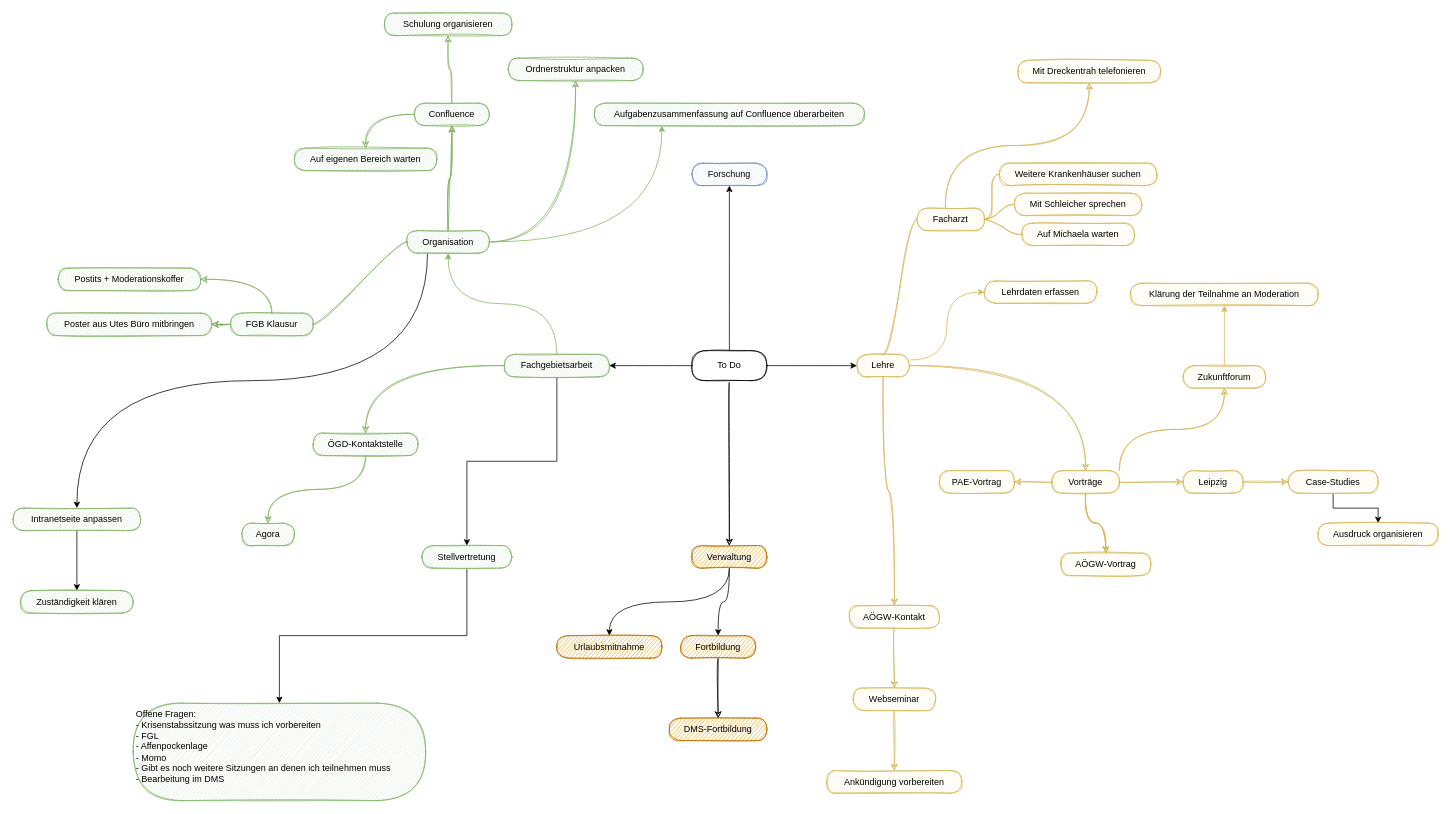
Above: drawio/todo.drawio in jakobschumacher/graphs (draw.io), before the change. Source tidied: cells renumbered, new cells numbered last; positions are measured from the earlier drawing's top-left corner, leaving out a move shared by most shapes. Both pictures are drawn from the tidied source at 75%, with x=0, y=0 at pixel (13, 13).
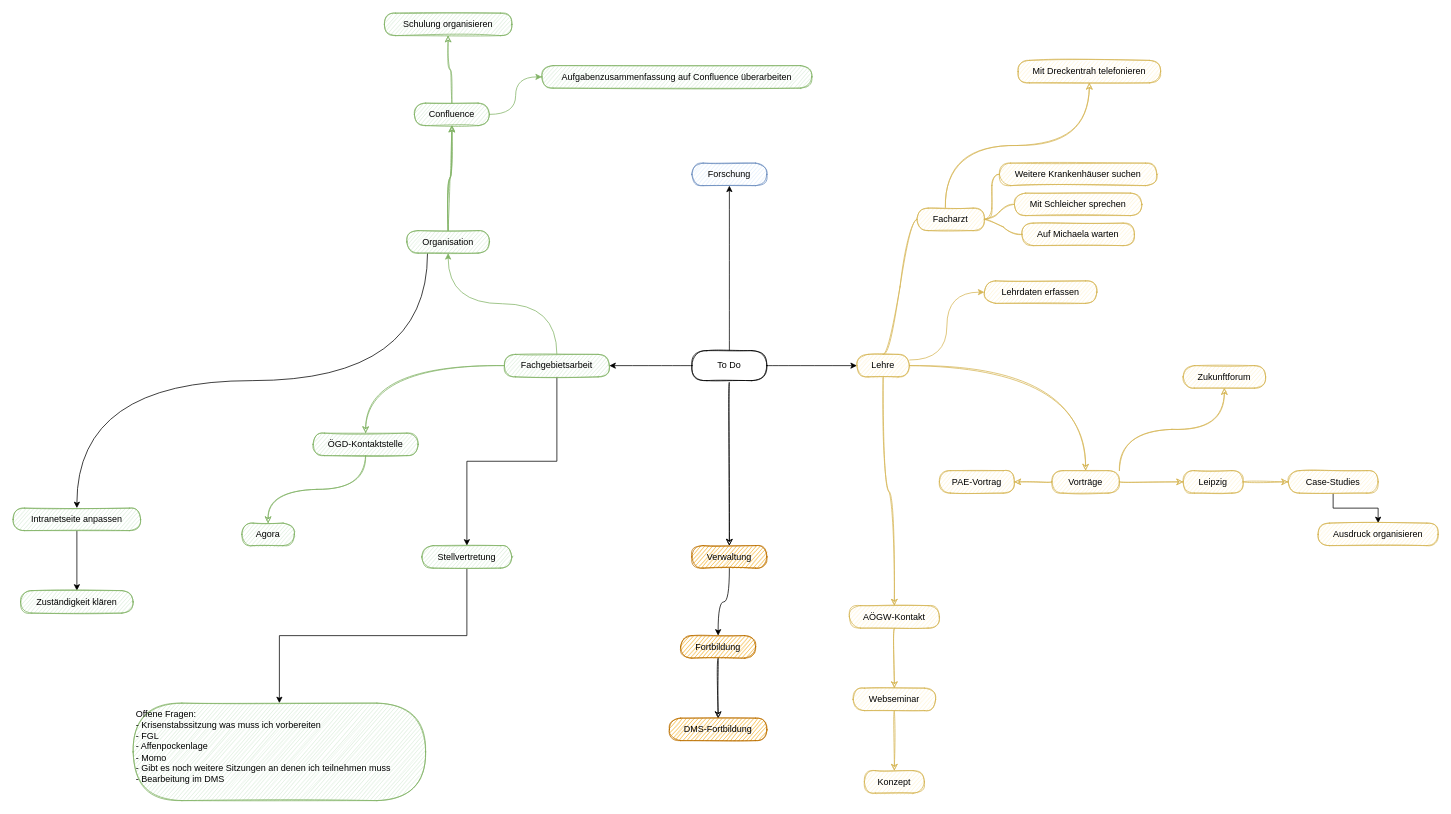
The same page after the edit.

The change refers to these unchanged cells:
```xml
<mxCell id="16" value="Organisation" style="whiteSpace=wrap;html=1;rounded=1;arcSize=50;align=center;verticalAlign=middle;strokeWidth=1;spacing=4;newEdgeStyle={&quot;edgeStyle&quot;:&quot;entityRelationEdgeStyle&quot;,&quot;startArrow&quot;:&quot;none&quot;,&quot;endArrow&quot;:&quot;none&quot;,&quot;segment&quot;:10,&quot;curved&quot;:1};sketch=1;fillColor=#d5e8d4;strokeColor=#82b366;" parent="1" vertex="1">
  <mxGeometry x="525" y="290" width="110" height="30" as="geometry" />
</mxCell>
<mxCell id="33" value="Confluence" style="whiteSpace=wrap;html=1;rounded=1;arcSize=50;align=center;verticalAlign=middle;strokeWidth=1;spacing=4;newEdgeStyle={&quot;edgeStyle&quot;:&quot;entityRelationEdgeStyle&quot;,&quot;startArrow&quot;:&quot;none&quot;,&quot;endArrow&quot;:&quot;none&quot;,&quot;segment&quot;:10,&quot;curved&quot;:1};sketch=1;fillColor=#d5e8d4;strokeColor=#82b366;" parent="1" vertex="1">
  <mxGeometry x="535" y="120" width="100" height="30" as="geometry" />
</mxCell>
<mxCell id="42" value="Vorträge" style="whiteSpace=wrap;html=1;rounded=1;arcSize=50;align=center;verticalAlign=middle;strokeWidth=1;spacing=4;newEdgeStyle={&quot;edgeStyle&quot;:&quot;entityRelationEdgeStyle&quot;,&quot;startArrow&quot;:&quot;none&quot;,&quot;endArrow&quot;:&quot;none&quot;,&quot;segment&quot;:10,&quot;curved&quot;:1};sketch=1;fillColor=#fff2cc;strokeColor=#d6b656;" parent="1" vertex="1">
  <mxGeometry x="1385" y="610" width="90" height="30" as="geometry" />
</mxCell>
<mxCell id="63" value="Zukunftforum" style="whiteSpace=wrap;html=1;rounded=1;arcSize=50;align=center;verticalAlign=middle;strokeWidth=1;spacing=4;newEdgeStyle={&quot;edgeStyle&quot;:&quot;entityRelationEdgeStyle&quot;,&quot;startArrow&quot;:&quot;none&quot;,&quot;endArrow&quot;:&quot;none&quot;,&quot;segment&quot;:10,&quot;curved&quot;:1};sketch=1;fillColor=#fff2cc;strokeColor=#d6b656;" parent="1" vertex="1">
  <mxGeometry x="1560" y="470" width="110" height="30" as="geometry" />
</mxCell>
<mxCell id="70" value="Verwaltung" style="whiteSpace=wrap;html=1;rounded=1;arcSize=50;align=center;verticalAlign=middle;strokeWidth=1;spacing=4;newEdgeStyle={&quot;edgeStyle&quot;:&quot;entityRelationEdgeStyle&quot;,&quot;startArrow&quot;:&quot;none&quot;,&quot;endArrow&quot;:&quot;none&quot;,&quot;segment&quot;:10,&quot;curved&quot;:1};sketch=1;fillColor=#f0a30a;strokeColor=#BD7000;fontColor=#000000;" parent="1" vertex="1">
  <mxGeometry x="905" y="710" width="100" height="30" as="geometry" />
</mxCell>
```

Diff of the diagram source:
```diff
@@
-    <mxCell id="12" style="edgeStyle=orthogonalEdgeStyle;rounded=1;jettySize=auto;html=1;sketch=1;curved=1;fillColor=#d5e8d4;strokeColor=#82b366;" parent="1" edge="1" source="16" target="36">
-      <mxGeometry relative="1" as="geometry" />
-    </mxCell>
@@
-    <mxCell id="14" style="edgeStyle=orthogonalEdgeStyle;jettySize=auto;html=1;exitX=1;exitY=0.5;exitDx=0;exitDy=0;entryX=0.25;entryY=1;entryDx=0;entryDy=0;fillColor=#d5e8d4;strokeColor=#82b366;curved=1;" parent="1" edge="1" source="16" target="76">
+    <mxCell id="14" style="edgeStyle=orthogonalEdgeStyle;jettySize=auto;html=1;exitX=1;exitY=0.5;exitDx=0;exitDy=0;entryX=0;entryY=0.5;entryDx=0;entryDy=0;fillColor=#d5e8d4;strokeColor=#82b366;curved=1;" parent="1" edge="1" source="33" target="76">
       <mxGeometry relative="1" as="geometry" />
     </mxCell>
@@
-    <mxCell id="17" style="edgeStyle=orthogonalEdgeStyle;curved=1;rounded=1;sketch=1;jettySize=auto;html=1;fillColor=#d5e8d4;strokeColor=#82b366;" parent="1" edge="1" source="20" target="52">
-      <mxGeometry relative="1" as="geometry" />
-    </mxCell>
-    <mxCell id="18" style="edgeStyle=orthogonalEdgeStyle;curved=1;rounded=1;sketch=1;jettySize=auto;html=1;fillColor=#d5e8d4;strokeColor=#82b366;" parent="1" edge="1" source="20" target="52">
-      <mxGeometry relative="1" as="geometry" />
-    </mxCell>
-    <mxCell id="19" style="edgeStyle=orthogonalEdgeStyle;curved=1;rounded=1;sketch=1;jettySize=auto;html=1;exitX=0.5;exitY=0;exitDx=0;exitDy=0;entryX=1;entryY=0.5;entryDx=0;entryDy=0;fillColor=#d5e8d4;strokeColor=#82b366;" parent="1" edge="1" source="20" target="53">
-      <mxGeometry relative="1" as="geometry" />
-    </mxCell>
-    <mxCell id="20" value="FGB Klausur" style="whiteSpace=wrap;html=1;rounded=1;arcSize=50;align=center;verticalAlign=middle;strokeWidth=1;spacing=4;newEdgeStyle={&quot;edgeStyle&quot;:&quot;entityRelationEdgeStyle&quot;,&quot;startArrow&quot;:&quot;none&quot;,&quot;endArrow&quot;:&quot;none&quot;,&quot;segment&quot;:10,&quot;curved&quot;:1};sketch=1;fillColor=#d5e8d4;strokeColor=#82b366;" parent="1" vertex="1">
-      <mxGeometry x="290" y="400" width="110" height="30" as="geometry" />
-    </mxCell>
-    <mxCell id="21" style="edgeStyle=entityRelationEdgeStyle;startArrow=none;endArrow=none;segment=10;curved=1;rounded=1;sketch=1;exitX=0;exitY=0.5;exitDx=0;exitDy=0;fillColor=#d5e8d4;strokeColor=#82b366;" parent="1" edge="1" source="16" target="20">
-      <mxGeometry relative="1" as="geometry" />
-    </mxCell>
@@
-    <mxCell id="31" style="edgeStyle=orthogonalEdgeStyle;curved=1;rounded=1;sketch=1;jettySize=auto;html=1;exitX=0;exitY=0.5;exitDx=0;exitDy=0;fillColor=#d5e8d4;strokeColor=#82b366;" parent="1" edge="1" source="33" target="34">
-      <mxGeometry relative="1" as="geometry" />
-    </mxCell>
@@
-    <mxCell id="34" value="Auf eigenen Bereich warten" style="whiteSpace=wrap;html=1;rounded=1;arcSize=50;align=center;verticalAlign=middle;strokeWidth=1;spacing=4;newEdgeStyle={&quot;edgeStyle&quot;:&quot;entityRelationEdgeStyle&quot;,&quot;startArrow&quot;:&quot;none&quot;,&quot;endArrow&quot;:&quot;none&quot;,&quot;segment&quot;:10,&quot;curved&quot;:1};sketch=1;fillColor=#d5e8d4;strokeColor=#82b366;" parent="1" vertex="1">
-      <mxGeometry x="375" y="180" width="190" height="30" as="geometry" />
-    </mxCell>
@@
-    <mxCell id="36" value="Ordnerstruktur anpacken" style="whiteSpace=wrap;html=1;rounded=1;arcSize=50;align=center;verticalAlign=middle;strokeWidth=1;spacing=4;newEdgeStyle={&quot;edgeStyle&quot;:&quot;entityRelationEdgeStyle&quot;,&quot;startArrow&quot;:&quot;none&quot;,&quot;endArrow&quot;:&quot;none&quot;,&quot;segment&quot;:10,&quot;curved&quot;:1};sketch=1;fillColor=#d5e8d4;strokeColor=#82b366;" parent="1" vertex="1">
-      <mxGeometry x="660" y="60" width="180" height="30" as="geometry" />
-    </mxCell>
-    <mxCell id="37" style="edgeStyle=orthogonalEdgeStyle;curved=1;rounded=1;sketch=1;jettySize=auto;html=1;fillColor=#fff2cc;strokeColor=#d6b656;" parent="1" edge="1" source="42" target="43">
-      <mxGeometry relative="1" as="geometry" />
-    </mxCell>
-    <mxCell id="38" style="edgeStyle=orthogonalEdgeStyle;curved=1;rounded=1;sketch=1;jettySize=auto;html=1;fillColor=#fff2cc;strokeColor=#d6b656;" parent="1" edge="1" source="42" target="43">
-      <mxGeometry relative="1" as="geometry" />
-    </mxCell>
@@
-    <mxCell id="43" value="AÖGW-Vortrag" style="whiteSpace=wrap;html=1;rounded=1;arcSize=50;align=center;verticalAlign=middle;strokeWidth=1;spacing=4;newEdgeStyle={&quot;edgeStyle&quot;:&quot;entityRelationEdgeStyle&quot;,&quot;startArrow&quot;:&quot;none&quot;,&quot;endArrow&quot;:&quot;none&quot;,&quot;segment&quot;:10,&quot;curved&quot;:1};sketch=1;fillColor=#fff2cc;strokeColor=#d6b656;" parent="1" vertex="1" collapsed="1">
-      <mxGeometry x="1397" y="720" width="120" height="30" as="geometry" />
-    </mxCell>
@@
-    <mxCell id="52" value="Poster aus Utes Büro mitbringen" style="whiteSpace=wrap;html=1;rounded=1;arcSize=50;align=center;verticalAlign=middle;strokeWidth=1;spacing=4;newEdgeStyle={&quot;edgeStyle&quot;:&quot;entityRelationEdgeStyle&quot;,&quot;startArrow&quot;:&quot;none&quot;,&quot;endArrow&quot;:&quot;none&quot;,&quot;segment&quot;:10,&quot;curved&quot;:1};sketch=1;fillColor=#d5e8d4;strokeColor=#82b366;" parent="1" vertex="1">
-      <mxGeometry x="45" y="400" width="220" height="30" as="geometry" />
-    </mxCell>
-    <mxCell id="53" value="Postits + Moderationskoffer" style="whiteSpace=wrap;html=1;rounded=1;arcSize=50;align=center;verticalAlign=middle;strokeWidth=1;spacing=4;newEdgeStyle={&quot;edgeStyle&quot;:&quot;entityRelationEdgeStyle&quot;,&quot;startArrow&quot;:&quot;none&quot;,&quot;endArrow&quot;:&quot;none&quot;,&quot;segment&quot;:10,&quot;curved&quot;:1};sketch=1;fillColor=#d5e8d4;strokeColor=#82b366;" parent="1" vertex="1">
-      <mxGeometry x="60" y="340" width="190" height="30" as="geometry" />
-    </mxCell>
@@
-    <mxCell id="58" value="Ankündigung vorbereiten" style="whiteSpace=wrap;html=1;rounded=1;arcSize=50;align=center;verticalAlign=middle;strokeWidth=1;spacing=4;newEdgeStyle={&quot;edgeStyle&quot;:&quot;entityRelationEdgeStyle&quot;,&quot;startArrow&quot;:&quot;none&quot;,&quot;endArrow&quot;:&quot;none&quot;,&quot;segment&quot;:10,&quot;curved&quot;:1};sketch=1;fillColor=#fff2cc;strokeColor=#d6b656;" parent="1" vertex="1">
-      <mxGeometry x="1085" y="1010" width="180" height="30" as="geometry" />
+    <mxCell id="58" value="Konzept" style="whiteSpace=wrap;html=1;rounded=1;arcSize=50;align=center;verticalAlign=middle;strokeWidth=1;spacing=4;newEdgeStyle={&quot;edgeStyle&quot;:&quot;entityRelationEdgeStyle&quot;,&quot;startArrow&quot;:&quot;none&quot;,&quot;endArrow&quot;:&quot;none&quot;,&quot;segment&quot;:10,&quot;curved&quot;:1};sketch=1;fillColor=#fff2cc;strokeColor=#d6b656;" parent="1" vertex="1">
+      <mxGeometry x="1135" y="1010" width="80" height="30" as="geometry" />
     </mxCell>
@@
-    <mxCell id="62" style="edgeStyle=orthogonalEdgeStyle;rounded=0;jettySize=auto;html=1;fillColor=#fff2cc;strokeColor=#d6b656;" parent="1" edge="1" source="63" target="64">
-      <mxGeometry relative="1" as="geometry" />
-    </mxCell>
@@
-    <mxCell id="64" value="Klärung der Teilnahme an Moderation" style="whiteSpace=wrap;html=1;rounded=1;arcSize=50;align=center;verticalAlign=middle;strokeWidth=1;spacing=4;newEdgeStyle={&quot;edgeStyle&quot;:&quot;entityRelationEdgeStyle&quot;,&quot;startArrow&quot;:&quot;none&quot;,&quot;endArrow&quot;:&quot;none&quot;,&quot;segment&quot;:10,&quot;curved&quot;:1};sketch=1;fillColor=#fff2cc;strokeColor=#d6b656;" parent="1" vertex="1">
-      <mxGeometry x="1490" y="360" width="250" height="30" as="geometry" />
-    </mxCell>
@@
-    <mxCell id="69" style="edgeStyle=orthogonalEdgeStyle;curved=1;jettySize=auto;html=1;exitX=0.5;exitY=1;exitDx=0;exitDy=0;entryX=0.5;entryY=0;entryDx=0;entryDy=0;" parent="1" edge="1" source="70" target="71">
-      <mxGeometry relative="1" as="geometry" />
-    </mxCell>
@@
-    <mxCell id="71" value="Urlaubsmitnahme" style="whiteSpace=wrap;html=1;rounded=1;arcSize=50;align=center;verticalAlign=middle;strokeWidth=1;spacing=4;newEdgeStyle={&quot;edgeStyle&quot;:&quot;entityRelationEdgeStyle&quot;,&quot;startArrow&quot;:&quot;none&quot;,&quot;endArrow&quot;:&quot;none&quot;,&quot;segment&quot;:10,&quot;curved&quot;:1};sketch=1;fillColor=#f0a30a;strokeColor=#BD7000;fontColor=#000000;" parent="1" vertex="1">
-      <mxGeometry x="725" y="830" width="140" height="30" as="geometry" />
-    </mxCell>
@@
     <mxCell id="76" value="Aufgabenzusammenfassung auf Confluence überarbeiten" style="whiteSpace=wrap;html=1;rounded=1;arcSize=50;align=center;verticalAlign=middle;strokeWidth=1;spacing=4;newEdgeStyle={&quot;edgeStyle&quot;:&quot;entityRelationEdgeStyle&quot;,&quot;startArrow&quot;:&quot;none&quot;,&quot;endArrow&quot;:&quot;none&quot;,&quot;segment&quot;:10,&quot;curved&quot;:1};sketch=1;fillColor=#d5e8d4;strokeColor=#82b366;" parent="1" vertex="1">
-      <mxGeometry x="775" y="120" width="360" height="30" as="geometry" />
+      <mxGeometry x="705" y="70" width="360" height="30" as="geometry" />
     </mxCell>
```
